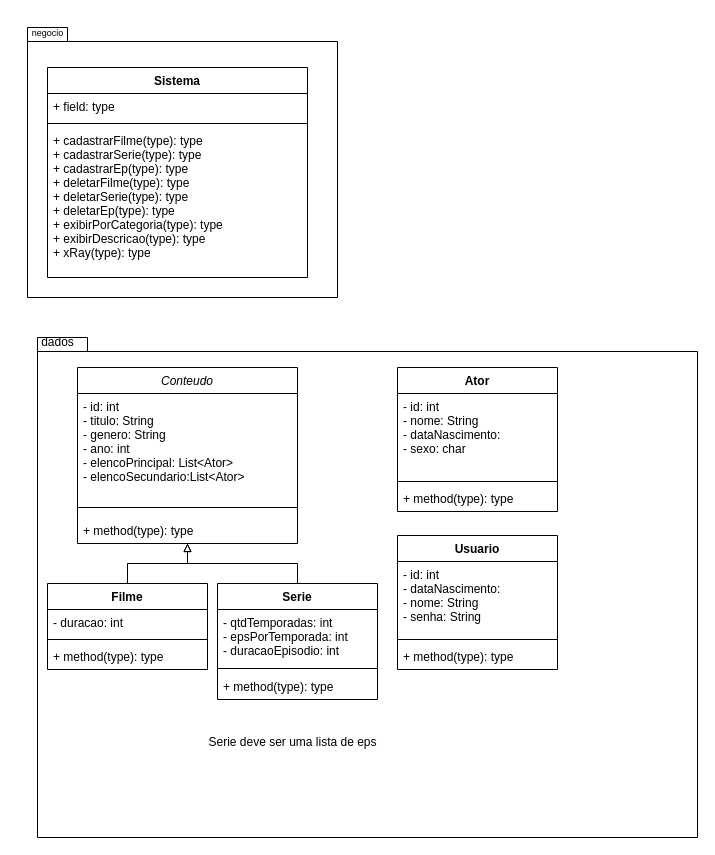
This is trabalhoPOO.drawio from ViniciusHansen/diagramas, a draw.io file, before an edit. Source tidied: cells renumbered, new cells numbered last; positions are measured from the earlier drawing's top-left corner, leaving out a move shared by most shapes. Both pictures are drawn from the tidied source at 100%, with x=0, y=0 at pixel (17, 17).
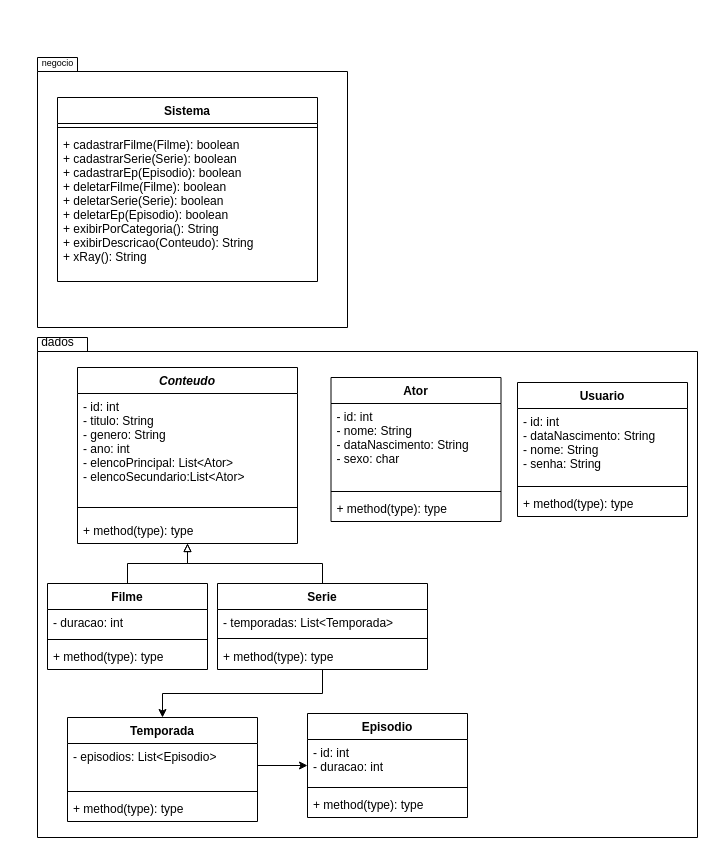
After the change.

What changed in the source:
```diff
@@
-    <mxCell id="3" value="Conteudo" style="swimlane;fontStyle=2;align=center;verticalAlign=top;horizontal=1;startSize=26;rounded=0;shadow=0;strokeWidth=1;" parent="1" vertex="1">
+    <mxCell id="3" value="Conteudo" style="swimlane;fontStyle=3;align=center;verticalAlign=top;horizontal=1;startSize=26;rounded=0;shadow=0;strokeWidth=1;" parent="1" vertex="1">
       <mxGeometry x="60" y="350" width="220" height="176" as="geometry" />
     </mxCell>
@@
+    <mxCell id="33" style="edgeStyle=orthogonalEdgeStyle;rounded=0;jettySize=auto;html=1;" parent="1" edge="1" source="8" target="38">
+      <mxGeometry relative="1" as="geometry" />
+    </mxCell>
     <mxCell id="8" value="Serie" style="swimlane;fontStyle=1;align=center;verticalAlign=top;horizontal=1;startSize=26;" parent="1" vertex="1">
-      <mxGeometry x="200" y="566" width="160" height="116" as="geometry" />
+      <mxGeometry x="200" y="566" width="210" height="86" as="geometry" />
     </mxCell>
-    <mxCell id="9" value="- qtdTemporadas: int&#10;- epsPorTemporada: int&#10;- duracaoEpisodio: int&#10;&#10;" style="text;strokeColor=none;fillColor=none;align=left;verticalAlign=top;spacingLeft=4;spacingRight=4;overflow=hidden;" parent="8" vertex="1">
-      <mxGeometry y="26" width="160" height="54" as="geometry" />
+    <mxCell id="9" value="- temporadas: List&lt;Temporada&gt;" style="text;strokeColor=none;fillColor=none;align=left;verticalAlign=top;spacingLeft=4;spacingRight=4;overflow=hidden;" parent="8" vertex="1">
+      <mxGeometry y="26" width="210" height="24" as="geometry" />
     </mxCell>
     <mxCell id="10" style="line;strokeWidth=1;fillColor=none;align=left;verticalAlign=middle;spacingTop=-1;spacingLeft=3;spacingRight=3;labelPosition=right;strokeColor=inherit;" parent="8" vertex="1">
-      <mxGeometry y="80" width="160" height="10" as="geometry" />
+      <mxGeometry y="50" width="210" height="10" as="geometry" />
     </mxCell>
     <mxCell id="11" value="+ method(type): type" style="text;strokeColor=none;fillColor=none;align=left;verticalAlign=top;spacingLeft=4;spacingRight=4;overflow=hidden;" parent="8" vertex="1">
-      <mxGeometry y="90" width="160" height="26" as="geometry" />
+      <mxGeometry y="60" width="210" height="26" as="geometry" />
     </mxCell>
@@
     <mxCell id="13" value="Usuario" style="swimlane;fontStyle=1;align=center;verticalAlign=top;horizontal=1;startSize=26;" parent="1" vertex="1">
-      <mxGeometry x="380" y="518" width="160" height="134" as="geometry" />
+      <mxGeometry x="500" y="365" width="170" height="134" as="geometry" />
     </mxCell>
-    <mxCell id="14" value="- id: int&#10;- dataNascimento:&#10;- nome: String&#10;- senha: String&#10;" style="text;strokeColor=none;fillColor=none;align=left;verticalAlign=top;spacingLeft=4;spacingRight=4;overflow=hidden;" parent="13" vertex="1">
-      <mxGeometry y="26" width="160" height="74" as="geometry" />
+    <mxCell id="14" value="- id: int&#10;- dataNascimento: String&#10;- nome: String&#10;- senha: String&#10;" style="text;strokeColor=none;fillColor=none;align=left;verticalAlign=top;spacingLeft=4;spacingRight=4;overflow=hidden;" parent="13" vertex="1">
+      <mxGeometry y="26" width="170" height="74" as="geometry" />
     </mxCell>
     <mxCell id="15" style="line;strokeWidth=1;fillColor=none;align=left;verticalAlign=middle;spacingTop=-1;spacingLeft=3;spacingRight=3;labelPosition=right;strokeColor=inherit;" parent="13" vertex="1">
-      <mxGeometry y="100" width="160" height="8" as="geometry" />
+      <mxGeometry y="100" width="170" height="8" as="geometry" />
     </mxCell>
     <mxCell id="16" value="+ method(type): type" style="text;strokeColor=none;fillColor=none;align=left;verticalAlign=top;spacingLeft=4;spacingRight=4;overflow=hidden;" parent="13" vertex="1">
-      <mxGeometry y="108" width="160" height="26" as="geometry" />
+      <mxGeometry y="108" width="170" height="26" as="geometry" />
     </mxCell>
     <mxCell id="17" value="Ator" style="swimlane;fontStyle=1;align=center;verticalAlign=top;horizontal=1;startSize=26;" parent="1" vertex="1">
-      <mxGeometry x="380" y="350" width="160" height="144" as="geometry" />
+      <mxGeometry x="313.5" y="360" width="170" height="144" as="geometry" />
     </mxCell>
-    <mxCell id="18" value="- id: int&#10;- nome: String&#10;- dataNascimento:&#10;- sexo: char&#10;&#10;" style="text;strokeColor=none;fillColor=none;align=left;verticalAlign=top;spacingLeft=4;spacingRight=4;overflow=hidden;" parent="17" vertex="1">
-      <mxGeometry y="26" width="160" height="84" as="geometry" />
+    <mxCell id="18" value="- id: int&#10;- nome: String&#10;- dataNascimento: String&#10;- sexo: char&#10;&#10;" style="text;strokeColor=none;fillColor=none;align=left;verticalAlign=top;spacingLeft=4;spacingRight=4;overflow=hidden;" parent="17" vertex="1">
+      <mxGeometry y="26" width="170" height="84" as="geometry" />
     </mxCell>
     <mxCell id="19" style="line;strokeWidth=1;fillColor=none;align=left;verticalAlign=middle;spacingTop=-1;spacingLeft=3;spacingRight=3;labelPosition=right;strokeColor=inherit;" parent="17" vertex="1">
-      <mxGeometry y="110" width="160" height="8" as="geometry" />
+      <mxGeometry y="110" width="170" height="8" as="geometry" />
     </mxCell>
     <mxCell id="20" value="+ method(type): type" style="text;strokeColor=none;fillColor=none;align=left;verticalAlign=top;spacingLeft=4;spacingRight=4;overflow=hidden;" parent="17" vertex="1">
-      <mxGeometry y="118" width="160" height="26" as="geometry" />
+      <mxGeometry y="118" width="170" height="26" as="geometry" />
     </mxCell>
@@
     <mxCell id="26" style="shape=folder;fontStyle=1;spacingTop=10;tabWidth=40;tabHeight=14;tabPosition=left;html=1;" parent="1" vertex="1">
-      <mxGeometry x="10" y="10" width="310" height="270" as="geometry" />
+      <mxGeometry x="20" y="40" width="310" height="270" as="geometry" />
     </mxCell>
     <mxCell id="27" value="&lt;font style=&quot;font-size: 9px;&quot;&gt;negocio&lt;/font&gt;" style="text;html=1;align=center;verticalAlign=middle;strokeColor=none;fillColor=none;" parent="1" vertex="1">
-      <mxGeometry width="60" height="30" as="geometry" />
+      <mxGeometry x="10" y="30" width="60" height="30" as="geometry" />
     </mxCell>
     <mxCell id="28" value="Sistema" style="swimlane;fontStyle=1;align=center;verticalAlign=top;horizontal=1;startSize=26;fontSize=12;" parent="1" vertex="1">
-      <mxGeometry x="30" y="50" width="260" height="210" as="geometry" />
+      <mxGeometry x="40" y="80" width="260" height="184" as="geometry" />
     </mxCell>
-    <mxCell id="29" value="+ field: type" style="text;strokeColor=none;fillColor=none;align=left;verticalAlign=top;spacingLeft=4;spacingRight=4;overflow=hidden;fontSize=12;" parent="28" vertex="1">
-      <mxGeometry y="26" width="260" height="26" as="geometry" />
-    </mxCell>
     <mxCell id="30" style="line;strokeWidth=1;fillColor=none;align=left;verticalAlign=middle;spacingTop=-1;spacingLeft=3;spacingRight=3;labelPosition=right;strokeColor=inherit;fontSize=12;" parent="28" vertex="1">
-      <mxGeometry y="52" width="260" height="8" as="geometry" />
+      <mxGeometry y="26" width="260" height="8" as="geometry" />
     </mxCell>
-    <mxCell id="31" value="+ cadastrarFilme(type): type&#10;+ cadastrarSerie(type): type&#10;+ cadastrarEp(type): type&#10;+ deletarFilme(type): type&#10;+ deletarSerie(type): type&#10;+ deletarEp(type): type&#10;+ exibirPorCategoria(type): type&#10;+ exibirDescricao(type): type&#10;+ xRay(type): type&#10;" style="text;strokeColor=none;fillColor=none;align=left;verticalAlign=top;spacingLeft=4;spacingRight=4;overflow=hidden;fontSize=12;" parent="28" vertex="1">
-      <mxGeometry y="60" width="260" height="150" as="geometry" />
+    <mxCell id="31" value="+ cadastrarFilme(Filme): boolean&#10;+ cadastrarSerie(Serie): boolean&#10;+ cadastrarEp(Episodio): boolean&#10;+ deletarFilme(Filme): boolean&#10;+ deletarSerie(Serie): boolean&#10;+ deletarEp(Episodio): boolean&#10;+ exibirPorCategoria(): String&#10;+ exibirDescricao(Conteudo): String&#10;+ xRay(): String&#10;" style="text;strokeColor=none;fillColor=none;align=left;verticalAlign=top;spacingLeft=4;spacingRight=4;overflow=hidden;fontSize=12;" parent="28" vertex="1">
+      <mxGeometry y="34" width="260" height="150" as="geometry" />
     </mxCell>
-    <mxCell id="32" value="Serie deve ser uma lista de eps" style="text;html=1;align=center;verticalAlign=middle;strokeColor=none;fillColor=none;fontSize=12;" parent="1" vertex="1">
-      <mxGeometry x="170" y="710" width="210" height="30" as="geometry" />
-    </mxCell>
+    <mxCell id="34" value="Episodio" style="swimlane;fontStyle=1;align=center;verticalAlign=top;horizontal=1;startSize=26;" parent="1" vertex="1">
+      <mxGeometry x="290" y="696" width="160" height="104" as="geometry" />
+    </mxCell>
+    <mxCell id="35" value="- id: int&#10;- duracao: int&#10;" style="text;strokeColor=none;fillColor=none;align=left;verticalAlign=top;spacingLeft=4;spacingRight=4;overflow=hidden;" parent="34" vertex="1">
+      <mxGeometry y="26" width="160" height="44" as="geometry" />
+    </mxCell>
+    <mxCell id="36" style="line;strokeWidth=1;fillColor=none;align=left;verticalAlign=middle;spacingTop=-1;spacingLeft=3;spacingRight=3;labelPosition=right;strokeColor=inherit;" parent="34" vertex="1">
+      <mxGeometry y="70" width="160" height="8" as="geometry" />
+    </mxCell>
+    <mxCell id="37" value="+ method(type): type" style="text;strokeColor=none;fillColor=none;align=left;verticalAlign=top;spacingLeft=4;spacingRight=4;overflow=hidden;" parent="34" vertex="1">
+      <mxGeometry y="78" width="160" height="26" as="geometry" />
+    </mxCell>
+    <mxCell id="38" value="Temporada" style="swimlane;fontStyle=1;align=center;verticalAlign=top;horizontal=1;startSize=26;" parent="1" vertex="1">
+      <mxGeometry x="50" y="700" width="190" height="104" as="geometry" />
+    </mxCell>
+    <mxCell id="39" value="- episodios: List&lt;Episodio&gt;" style="text;strokeColor=none;fillColor=none;align=left;verticalAlign=top;spacingLeft=4;spacingRight=4;overflow=hidden;points=[[0,0.5],[1,0.5]];portConstraint=eastwest;" parent="38" vertex="1">
+      <mxGeometry y="26" width="190" height="44" as="geometry" />
+    </mxCell>
+    <mxCell id="40" style="line;strokeWidth=1;fillColor=none;align=left;verticalAlign=middle;spacingTop=-1;spacingLeft=3;spacingRight=3;labelPosition=right;strokeColor=inherit;" parent="38" vertex="1">
+      <mxGeometry y="70" width="190" height="8" as="geometry" />
+    </mxCell>
+    <mxCell id="41" value="+ method(type): type" style="text;strokeColor=none;fillColor=none;align=left;verticalAlign=top;spacingLeft=4;spacingRight=4;overflow=hidden;" parent="38" vertex="1">
+      <mxGeometry y="78" width="190" height="26" as="geometry" />
+    </mxCell>
+    <mxCell id="42" style="edgeStyle=orthogonalEdgeStyle;rounded=0;jettySize=auto;html=1;" parent="1" edge="1" source="39" target="34">
+      <mxGeometry relative="1" as="geometry" />
+    </mxCell>
```
